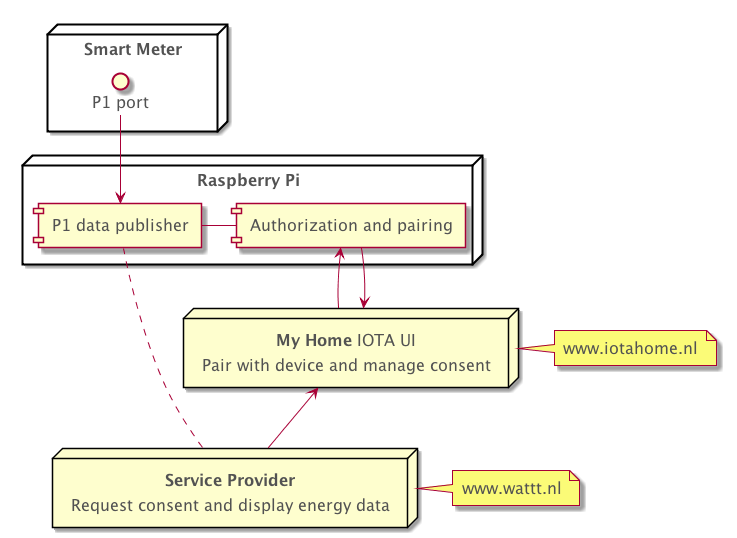
Before: docs/assets/component-diagram-without-mam.png, a diagram exported from PlantUML (alliander-opensource/decentralized-auth).
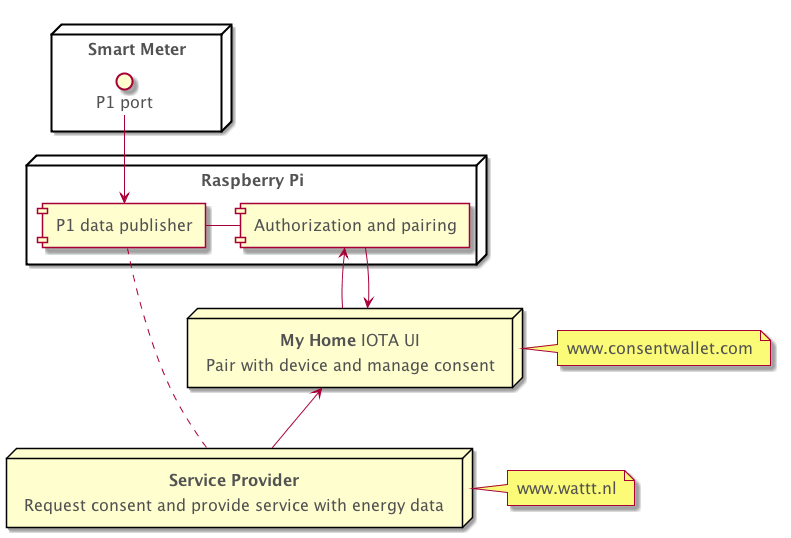
Above is the later version.

Commit message:
doc: slightly clearer description

What changed in the source:
```diff
@@ -10,7 +10,7 @@
   FontSize 16
 }
 
-node "**Service Provider**\n Request consent and display energy data" as service_provider
+node "**Service Provider**\n Request consent and provide service with energy data" as service_provider
 note right of service_provider : www.wattt.nl
 
 node "Raspberry Pi" {
@@ -25,7 +25,7 @@
 }
 
 node "**My Home** IOTA UI \n Pair with device and manage consent" as my_home
-note right of my_home : www.iotahome.nl
+note right of my_home : www.consentwallet.com
 
 device_auth_module <- my_home
 device_auth_module -> my_home
```
